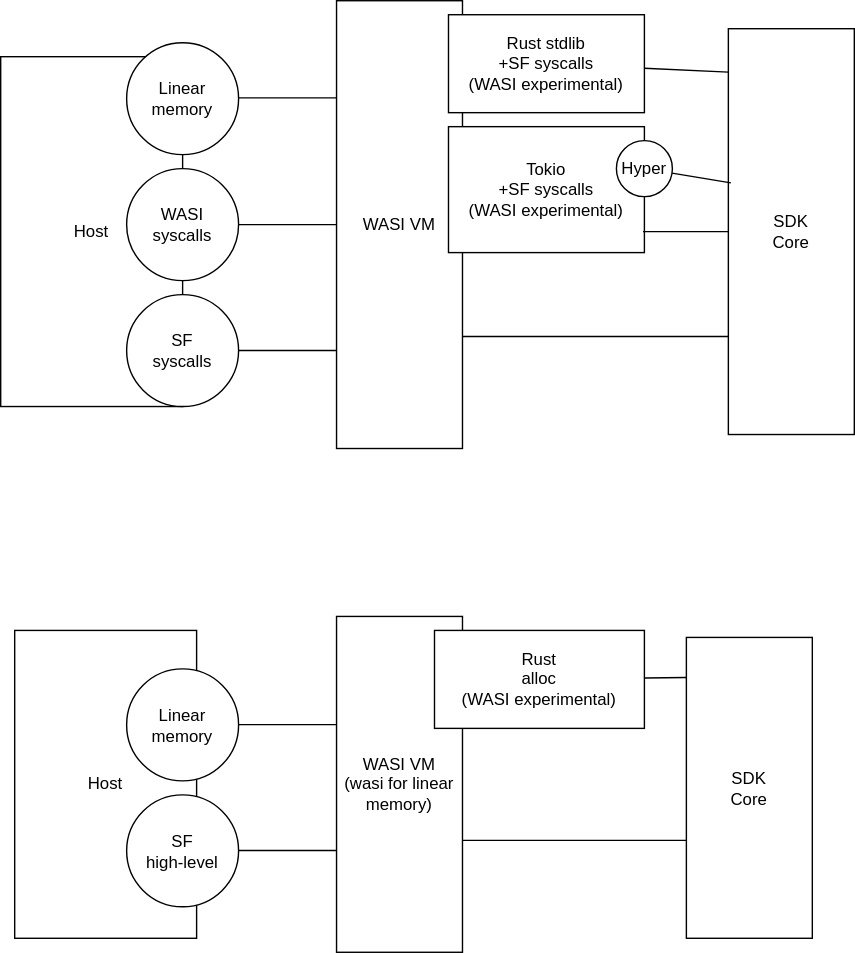
This is wasi-core.drawio.svg from superfaceai/one-sdk, a draw.io export, as it was before one commit. Source tidied: cells renumbered, new cells last; positions are measured from the earlier drawing's top-left corner, leaving out a move shared by most shapes. Its diagram source:
```xml
<mxGraphModel>
  <root>
    <mxCell id="0" />
    <mxCell id="1" parent="0" />
    <mxCell id="2" value="Host" style="rounded=0;whiteSpace=wrap;html=1;" parent="1" vertex="1">
      <mxGeometry y="40" width="130" height="250" as="geometry" />
    </mxCell>
    <mxCell id="3" value="&lt;div&gt;WASI VM&lt;br&gt;&lt;/div&gt;" style="rounded=0;whiteSpace=wrap;html=1;" parent="1" vertex="1">
      <mxGeometry x="240" width="90" height="320" as="geometry" />
    </mxCell>
    <mxCell id="4" value="&lt;div&gt;WASI&lt;/div&gt;&lt;div&gt;syscalls&lt;/div&gt;" style="ellipse;whiteSpace=wrap;html=1;" parent="1" vertex="1">
      <mxGeometry x="90" y="120" width="80" height="80" as="geometry" />
    </mxCell>
    <mxCell id="5" value="&lt;div&gt;SF&lt;/div&gt;&lt;div&gt;syscalls&lt;br&gt;&lt;/div&gt;" style="ellipse;whiteSpace=wrap;html=1;" parent="1" vertex="1">
      <mxGeometry x="90" y="210" width="80" height="80" as="geometry" />
    </mxCell>
    <mxCell id="6" style="endArrow=none;html=1;rounded=0;exitX=1;exitY=0.5;exitDx=0;exitDy=0;entryX=0;entryY=0.5;entryDx=0;entryDy=0;" parent="1" edge="1" source="4" target="3">
      <mxGeometry relative="1" as="geometry" />
    </mxCell>
    <mxCell id="7" style="endArrow=none;html=1;rounded=0;exitX=1;exitY=0.5;exitDx=0;exitDy=0;" parent="1" edge="1" source="5">
      <mxGeometry relative="1" as="geometry">
        <mxPoint x="240" y="250" as="targetPoint" />
      </mxGeometry>
    </mxCell>
    <mxCell id="8" value="&lt;div&gt;Rust stdlib&lt;/div&gt;&lt;div&gt;+SF syscalls&lt;br&gt;&lt;/div&gt;&lt;div&gt;(WASI experimental)&lt;/div&gt;" style="rounded=0;whiteSpace=wrap;html=1;" parent="1" vertex="1">
      <mxGeometry x="320" y="10" width="140" height="70" as="geometry" />
    </mxCell>
    <mxCell id="9" value="Tokio&lt;br&gt;&lt;div&gt;+SF syscalls&lt;/div&gt;(WASI experimental)" style="rounded=0;whiteSpace=wrap;html=1;" parent="1" vertex="1">
      <mxGeometry x="320" y="90" width="140" height="90" as="geometry" />
    </mxCell>
    <mxCell id="10" value="&lt;div&gt;SDK&lt;/div&gt;&lt;div&gt;Core&lt;br&gt;&lt;/div&gt;" style="rounded=0;whiteSpace=wrap;html=1;" parent="1" vertex="1">
      <mxGeometry x="520" y="20" width="90" height="290" as="geometry" />
    </mxCell>
    <mxCell id="11" value="Host" style="rounded=0;whiteSpace=wrap;html=1;" parent="1" vertex="1">
      <mxGeometry x="10" y="450" width="130" height="220" as="geometry" />
    </mxCell>
    <mxCell id="12" value="Linear memory" style="ellipse;whiteSpace=wrap;html=1;" parent="1" vertex="1">
      <mxGeometry x="90" y="30" width="80" height="80" as="geometry" />
    </mxCell>
    <mxCell id="13" style="endArrow=none;html=1;rounded=0;exitX=1;exitY=0.5;exitDx=0;exitDy=0;entryX=0;entryY=0.5;entryDx=0;entryDy=0;" parent="1" edge="1">
      <mxGeometry relative="1" as="geometry">
        <mxPoint x="170" y="69.4" as="sourcePoint" />
        <mxPoint x="240" y="69.4" as="targetPoint" />
      </mxGeometry>
    </mxCell>
    <mxCell id="14" value="&lt;div&gt;WASI VM&lt;br&gt;(wasi for linear memory)&lt;br&gt;&lt;/div&gt;" style="rounded=0;whiteSpace=wrap;html=1;" parent="1" vertex="1">
      <mxGeometry x="240" y="440" width="90" height="240" as="geometry" />
    </mxCell>
    <mxCell id="15" value="Linear memory" style="ellipse;whiteSpace=wrap;html=1;" parent="1" vertex="1">
      <mxGeometry x="90" y="477.5" width="80" height="80" as="geometry" />
    </mxCell>
    <mxCell id="16" style="endArrow=none;html=1;rounded=0;exitX=1;exitY=0.5;exitDx=0;exitDy=0;entryX=0;entryY=0.5;entryDx=0;entryDy=0;" parent="1" edge="1">
      <mxGeometry relative="1" as="geometry">
        <mxPoint x="170" y="517.3" as="sourcePoint" />
        <mxPoint x="240" y="517.3" as="targetPoint" />
      </mxGeometry>
    </mxCell>
    <mxCell id="17" value="&lt;div&gt;SF&lt;/div&gt;&lt;div&gt;high-level&lt;/div&gt;" style="ellipse;whiteSpace=wrap;html=1;" parent="1" vertex="1">
      <mxGeometry x="90" y="567.5" width="80" height="80" as="geometry" />
    </mxCell>
    <mxCell id="18" style="endArrow=none;html=1;rounded=0;exitX=1;exitY=0.5;exitDx=0;exitDy=0;entryX=0;entryY=0.5;entryDx=0;entryDy=0;" parent="1" edge="1">
      <mxGeometry relative="1" as="geometry">
        <mxPoint x="170" y="607.3" as="sourcePoint" />
        <mxPoint x="240" y="607.3" as="targetPoint" />
      </mxGeometry>
    </mxCell>
    <mxCell id="19" value="Rust&lt;br&gt;alloc&lt;br&gt;&lt;div&gt;(WASI experimental)&lt;/div&gt;" style="rounded=0;whiteSpace=wrap;html=1;" parent="1" vertex="1">
      <mxGeometry x="310" y="450" width="150" height="70" as="geometry" />
    </mxCell>
    <mxCell id="20" value="&lt;div&gt;SDK&lt;/div&gt;&lt;div&gt;Core&lt;br&gt;&lt;/div&gt;" style="rounded=0;whiteSpace=wrap;html=1;" parent="1" vertex="1">
      <mxGeometry x="490" y="455" width="90" height="215" as="geometry" />
    </mxCell>
    <mxCell id="21" value="&lt;div&gt;Hyper&lt;/div&gt;" style="ellipse;whiteSpace=wrap;html=1;" parent="1" vertex="1">
      <mxGeometry x="440" y="100" width="40" height="40" as="geometry" />
    </mxCell>
    <mxCell id="22" style="endArrow=none;html=1;rounded=0;" parent="1" edge="1">
      <mxGeometry relative="1" as="geometry">
        <mxPoint x="330" y="240" as="sourcePoint" />
        <mxPoint x="520" y="240" as="targetPoint" />
      </mxGeometry>
    </mxCell>
    <mxCell id="23" style="endArrow=none;html=1;rounded=0;entryX=0;entryY=0.5;entryDx=0;entryDy=0;" parent="1" edge="1" target="10">
      <mxGeometry relative="1" as="geometry">
        <mxPoint x="459" y="165" as="sourcePoint" />
      </mxGeometry>
    </mxCell>
    <mxCell id="24" style="endArrow=none;html=1;rounded=0;entryX=0.02;entryY=0.38;entryDx=0;entryDy=0;entryPerimeter=0;" parent="1" edge="1" source="21" target="10">
      <mxGeometry relative="1" as="geometry" />
    </mxCell>
    <mxCell id="25" style="endArrow=none;html=1;rounded=0;entryX=0;entryY=0.107;entryDx=0;entryDy=0;entryPerimeter=0;" parent="1" edge="1" source="8" target="10">
      <mxGeometry relative="1" as="geometry" />
    </mxCell>
    <mxCell id="26" style="endArrow=none;html=1;rounded=0;" parent="1" edge="1">
      <mxGeometry relative="1" as="geometry">
        <mxPoint x="330" y="600" as="sourcePoint" />
        <mxPoint x="490" y="600" as="targetPoint" />
      </mxGeometry>
    </mxCell>
    <mxCell id="27" style="endArrow=none;html=1;rounded=0;entryX=-0.002;entryY=0.133;entryDx=0;entryDy=0;entryPerimeter=0;" parent="1" edge="1" source="19" target="20">
      <mxGeometry relative="1" as="geometry" />
    </mxCell>
  </root>
</mxGraphModel>
```
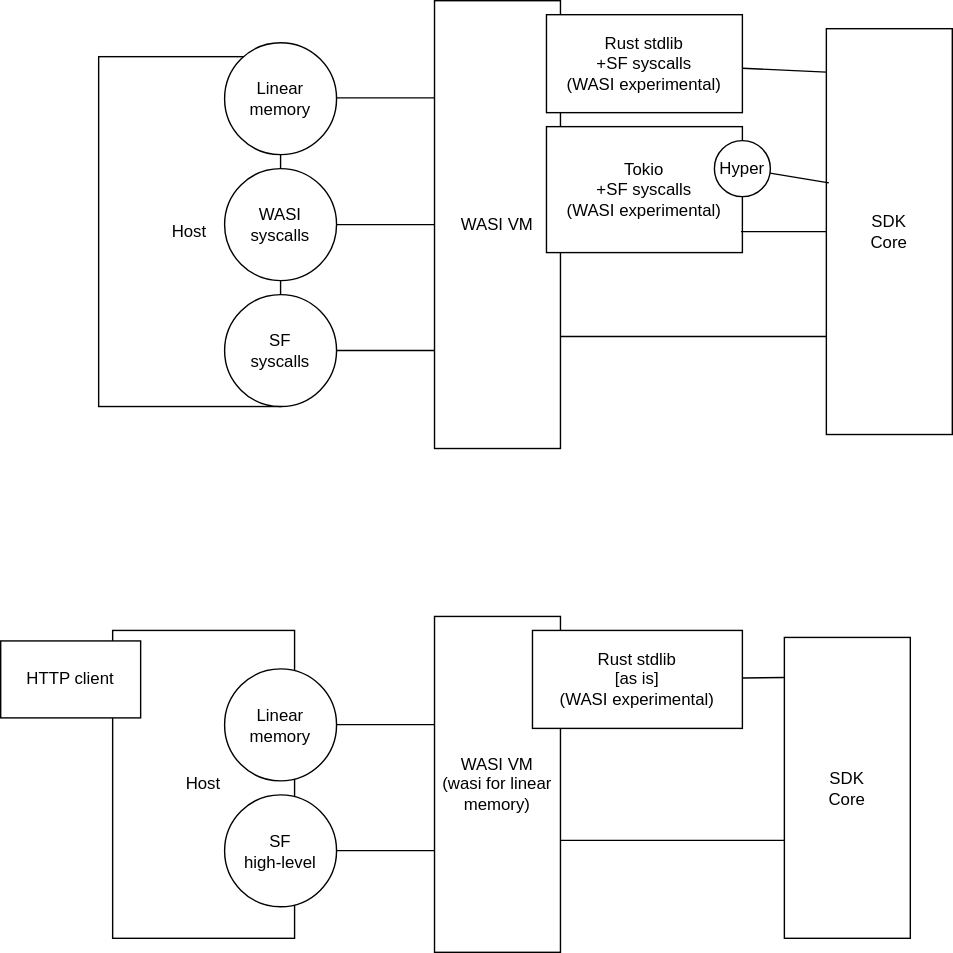
Later version of the same file.

Diff of the diagram source:
```diff
@@ -64,7 +64,7 @@
         <mxPoint x="240" y="607.3" as="targetPoint" />
       </mxGeometry>
     </mxCell>
-    <mxCell id="19" value="Rust&lt;br&gt;alloc&lt;br&gt;&lt;div&gt;(WASI experimental)&lt;/div&gt;" style="rounded=0;whiteSpace=wrap;html=1;" parent="1" vertex="1">
+    <mxCell id="19" value="Rust stdlib&lt;br&gt;[as is]&lt;br&gt;&lt;div&gt;(WASI experimental)&lt;/div&gt;" style="rounded=0;whiteSpace=wrap;html=1;" parent="1" vertex="1">
       <mxGeometry x="310" y="450" width="150" height="70" as="geometry" />
     </mxCell>
     <mxCell id="20" value="&lt;div&gt;SDK&lt;/div&gt;&lt;div&gt;Core&lt;br&gt;&lt;/div&gt;" style="rounded=0;whiteSpace=wrap;html=1;" parent="1" vertex="1">
@@ -99,5 +99,8 @@
     <mxCell id="27" style="endArrow=none;html=1;rounded=0;entryX=-0.002;entryY=0.133;entryDx=0;entryDy=0;entryPerimeter=0;" parent="1" edge="1" source="19" target="20">
       <mxGeometry relative="1" as="geometry" />
     </mxCell>
+    <mxCell id="28" value="&lt;div&gt;HTTP client&lt;/div&gt;" style="rounded=0;whiteSpace=wrap;html=1;" parent="1" vertex="1">
+      <mxGeometry x="-70" y="457.5" width="100" height="55" as="geometry" />
+    </mxCell>
   </root>
 </mxGraphModel>
```
